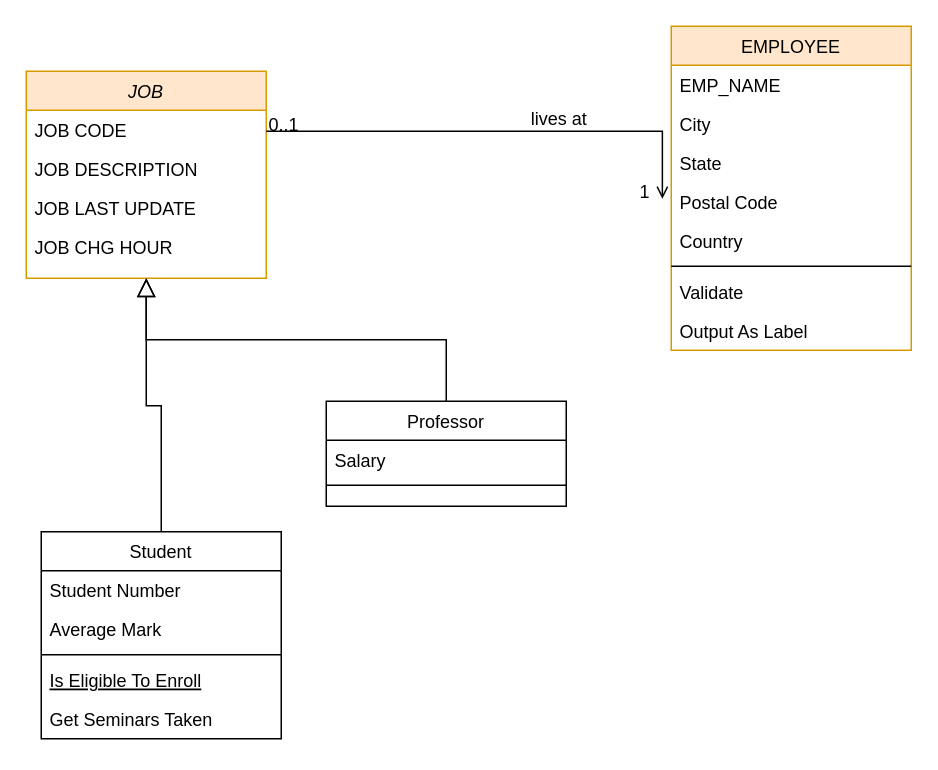
This is employee relational.drawio from Collins07/Employee-data, a draw.io file, before an edit. Source tidied: cells renumbered, new cells numbered last; positions are measured from the earlier drawing's top-left corner, leaving out a move shared by most shapes. Both pictures are drawn from the tidied source at 150%, with x=0, y=0 at pixel (26, 26).
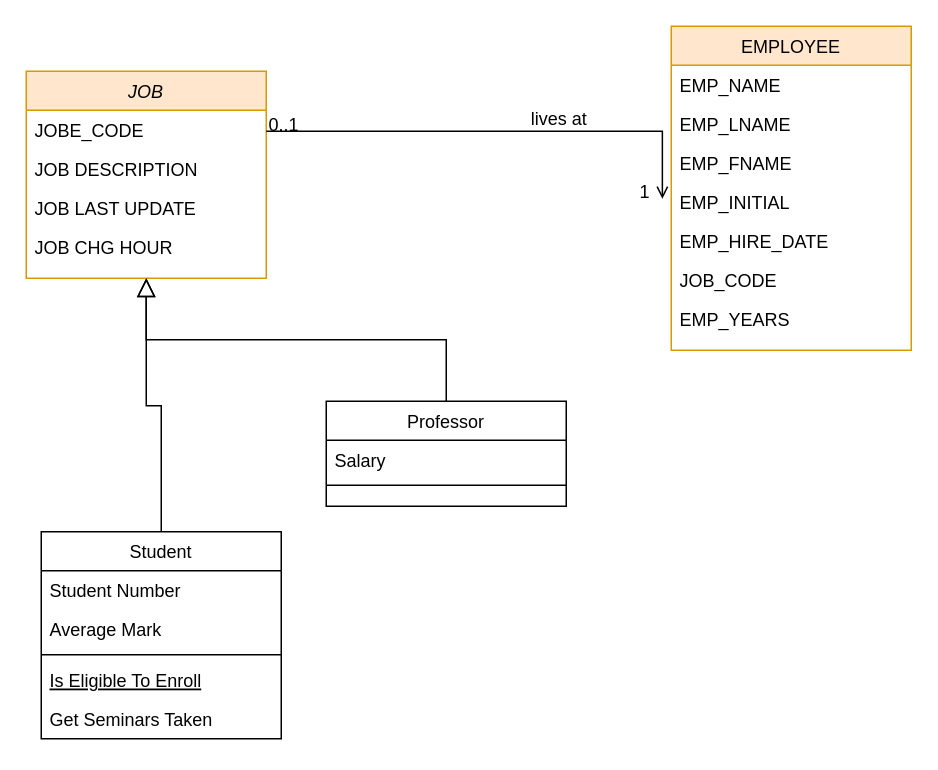
After the change.

Unchanged cells that the change refers to:
```xml
<mxCell id="2" value="JOB" style="swimlane;fontStyle=2;align=center;verticalAlign=top;horizontal=1;startSize=26;rounded=0;shadow=0;strokeWidth=1;fillColor=#ffe6cc;strokeColor=#d79b00;" parent="1" vertex="1">
  <mxGeometry y="30" width="160" height="138" as="geometry" />
</mxCell>
<mxCell id="18" value="EMPLOYEE" style="swimlane;fontStyle=0;align=center;verticalAlign=top;horizontal=1;startSize=26;rounded=0;shadow=0;strokeWidth=1;fillColor=#ffe6cc;strokeColor=#d79b00;" parent="1" vertex="1">
  <mxGeometry x="430" width="160" height="216" as="geometry" />
</mxCell>
```

Change to the diagram source:
```diff
@@
-    <mxCell id="3" value="JOB CODE" style="text;align=left;verticalAlign=top;spacingLeft=4;spacingRight=4;overflow=hidden;rounded=0;shadow=0;html=0;" parent="2" vertex="1">
+    <mxCell id="3" value="JOBE_CODE" style="text;align=left;verticalAlign=top;spacingLeft=4;spacingRight=4;overflow=hidden;rounded=0;shadow=0;html=0;" parent="2" vertex="1">
       <mxGeometry y="26" width="160" height="26" as="geometry" />
     </mxCell>
@@
-    <mxCell id="20" value="City" style="text;align=left;verticalAlign=top;spacingLeft=4;spacingRight=4;overflow=hidden;rounded=0;shadow=0;html=0;" parent="18" vertex="1">
+    <mxCell id="20" value="EMP_LNAME" style="text;align=left;verticalAlign=top;spacingLeft=4;spacingRight=4;overflow=hidden;rounded=0;shadow=0;html=0;" parent="18" vertex="1">
       <mxGeometry y="52" width="160" height="26" as="geometry" />
     </mxCell>
-    <mxCell id="21" value="State" style="text;align=left;verticalAlign=top;spacingLeft=4;spacingRight=4;overflow=hidden;rounded=0;shadow=0;html=0;" parent="18" vertex="1">
+    <mxCell id="21" value="EMP_FNAME" style="text;align=left;verticalAlign=top;spacingLeft=4;spacingRight=4;overflow=hidden;rounded=0;shadow=0;html=0;" parent="18" vertex="1">
       <mxGeometry y="78" width="160" height="26" as="geometry" />
     </mxCell>
-    <mxCell id="22" value="Postal Code" style="text;align=left;verticalAlign=top;spacingLeft=4;spacingRight=4;overflow=hidden;points=[[0,0.5],[1,0.5]];portConstraint=eastwest;rounded=0;shadow=0;html=0;" parent="18" vertex="1">
+    <mxCell id="22" value="EMP_INITIAL" style="text;align=left;verticalAlign=top;spacingLeft=4;spacingRight=4;overflow=hidden;points=[[0,0.5],[1,0.5]];portConstraint=eastwest;rounded=0;shadow=0;html=0;" parent="18" vertex="1">
       <mxGeometry y="104" width="160" height="26" as="geometry" />
     </mxCell>
-    <mxCell id="23" value="Country" style="text;align=left;verticalAlign=top;spacingLeft=4;spacingRight=4;overflow=hidden;rounded=0;shadow=0;html=0;" parent="18" vertex="1">
+    <mxCell id="23" value="EMP_HIRE_DATE" style="text;align=left;verticalAlign=top;spacingLeft=4;spacingRight=4;overflow=hidden;rounded=0;shadow=0;html=0;" parent="18" vertex="1">
       <mxGeometry y="130" width="160" height="26" as="geometry" />
     </mxCell>
-    <mxCell id="24" style="line;html=1;strokeWidth=1;align=left;verticalAlign=middle;spacingTop=-1;spacingLeft=3;spacingRight=3;labelPosition=right;" parent="18" vertex="1">
-      <mxGeometry y="156" width="160" height="8" as="geometry" />
-    </mxCell>
-    <mxCell id="25" value="Validate" style="text;align=left;verticalAlign=top;spacingLeft=4;spacingRight=4;overflow=hidden;" parent="18" vertex="1">
-      <mxGeometry y="164" width="160" height="26" as="geometry" />
+    <mxCell id="25" value="JOB_CODE" style="text;align=left;verticalAlign=top;spacingLeft=4;spacingRight=4;overflow=hidden;" parent="18" vertex="1">
+      <mxGeometry y="156" width="160" height="26" as="geometry" />
     </mxCell>
-    <mxCell id="26" value="Output As Label" style="text;align=left;verticalAlign=top;spacingLeft=4;spacingRight=4;overflow=hidden;" parent="18" vertex="1">
-      <mxGeometry y="190" width="160" height="26" as="geometry" />
+    <mxCell id="26" value="EMP_YEARS" style="text;align=left;verticalAlign=top;spacingLeft=4;spacingRight=4;overflow=hidden;" parent="18" vertex="1">
+      <mxGeometry y="182" width="160" height="26" as="geometry" />
     </mxCell>
```
